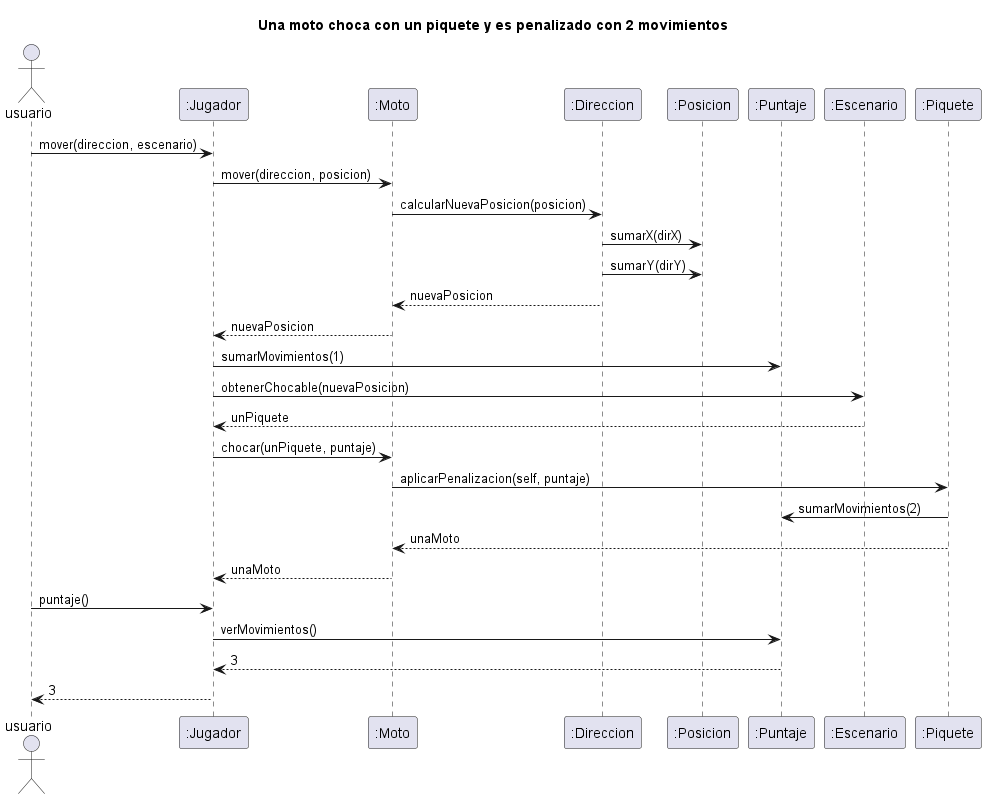
This is diagrams/sequences/moto_choca_piquete.png from NestorPala/T17-GPSChallenge, a PlantUML export, as it was before one commit. Its source is kept beside it as diagrams/sequences/moto_choca_piquete.puml.
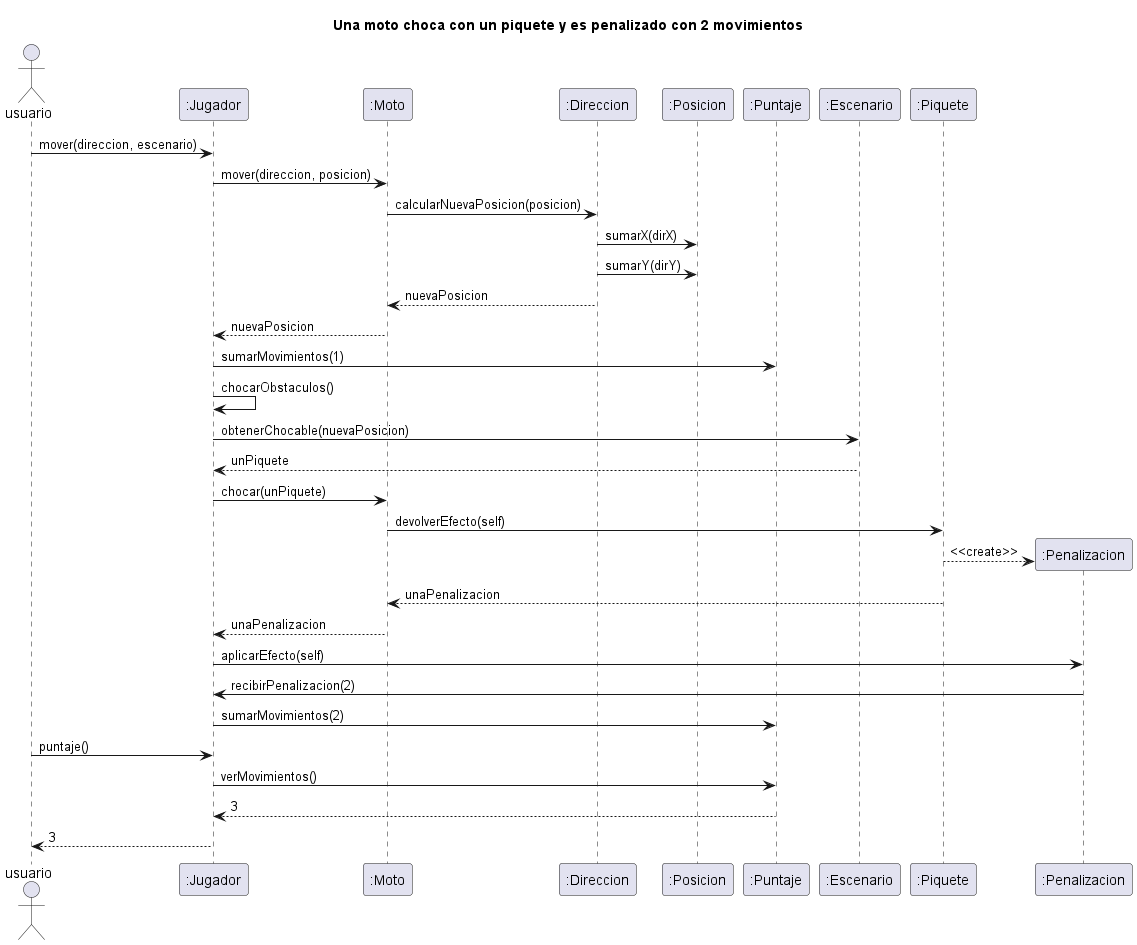
The same diagram one commit later.

The edit, as a diff of the source:
```diff
@@ -11,13 +11,18 @@
 ":Direccion" --> ":Moto": nuevaPosicion
 ":Moto" --> ":Jugador": nuevaPosicion
 ":Jugador" -> ":Puntaje": sumarMovimientos(1)
+":Jugador" -> ":Jugador": chocarObstaculos()
 ":Jugador" -> ":Escenario": obtenerChocable(nuevaPosicion)
 ":Escenario" --> ":Jugador": unPiquete
-":Jugador" -> ":Moto": chocar(unPiquete, puntaje)
-":Moto" -> ":Piquete": aplicarPenalizacion(self, puntaje)
-":Piquete" -> ":Puntaje" : sumarMovimientos(2)
-":Piquete" --> ":Moto" : unaMoto
-":Moto" --> ":Jugador" : unaMoto
+":Jugador" -> ":Moto": chocar(unPiquete)
+":Moto" -> ":Piquete": devolverEfecto(self)
+create ":Penalizacion"
+":Piquete" --> ":Penalizacion": <<create>>
+":Piquete" --> ":Moto" : unaPenalizacion
+":Moto" --> ":Jugador" : unaPenalizacion
+":Jugador" -> ":Penalizacion" : aplicarEfecto(self)
+":Penalizacion" -> ":Jugador" : recibirPenalizacion(2)
+":Jugador" -> ":Puntaje" : sumarMovimientos(2)
 
 "usuario" -> ":Jugador": puntaje()
 ":Jugador" -> ":Puntaje": verMovimientos()
```
